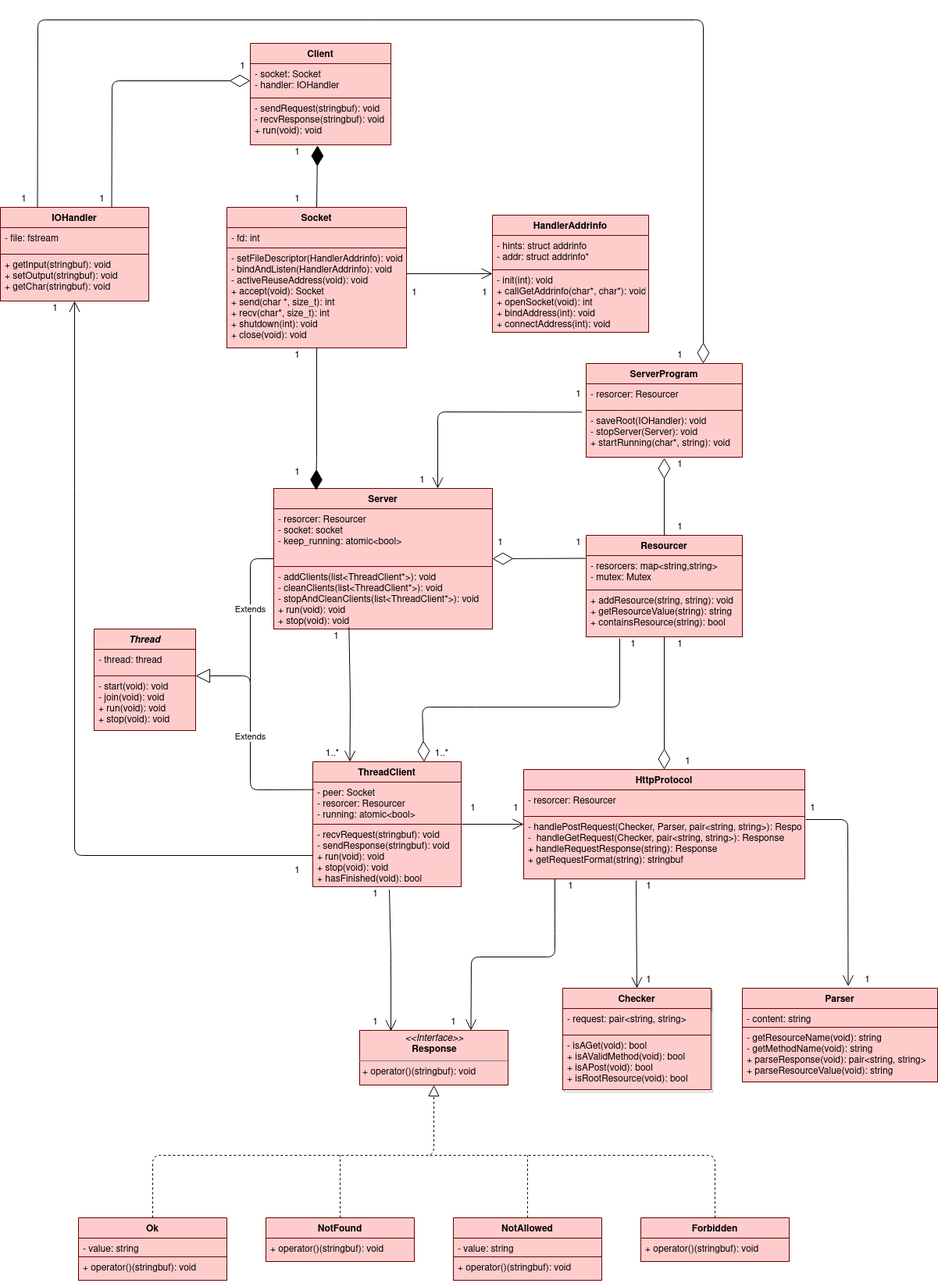
Before: img/TP3-Clases.png, a diagram exported from draw.io (EscobarMariaSol/TP3-Taller-de-Programacion). Source tidied: cells renumbered, new cells last; positions are measured from the earlier drawing's top-left corner, leaving out a move shared by most shapes.
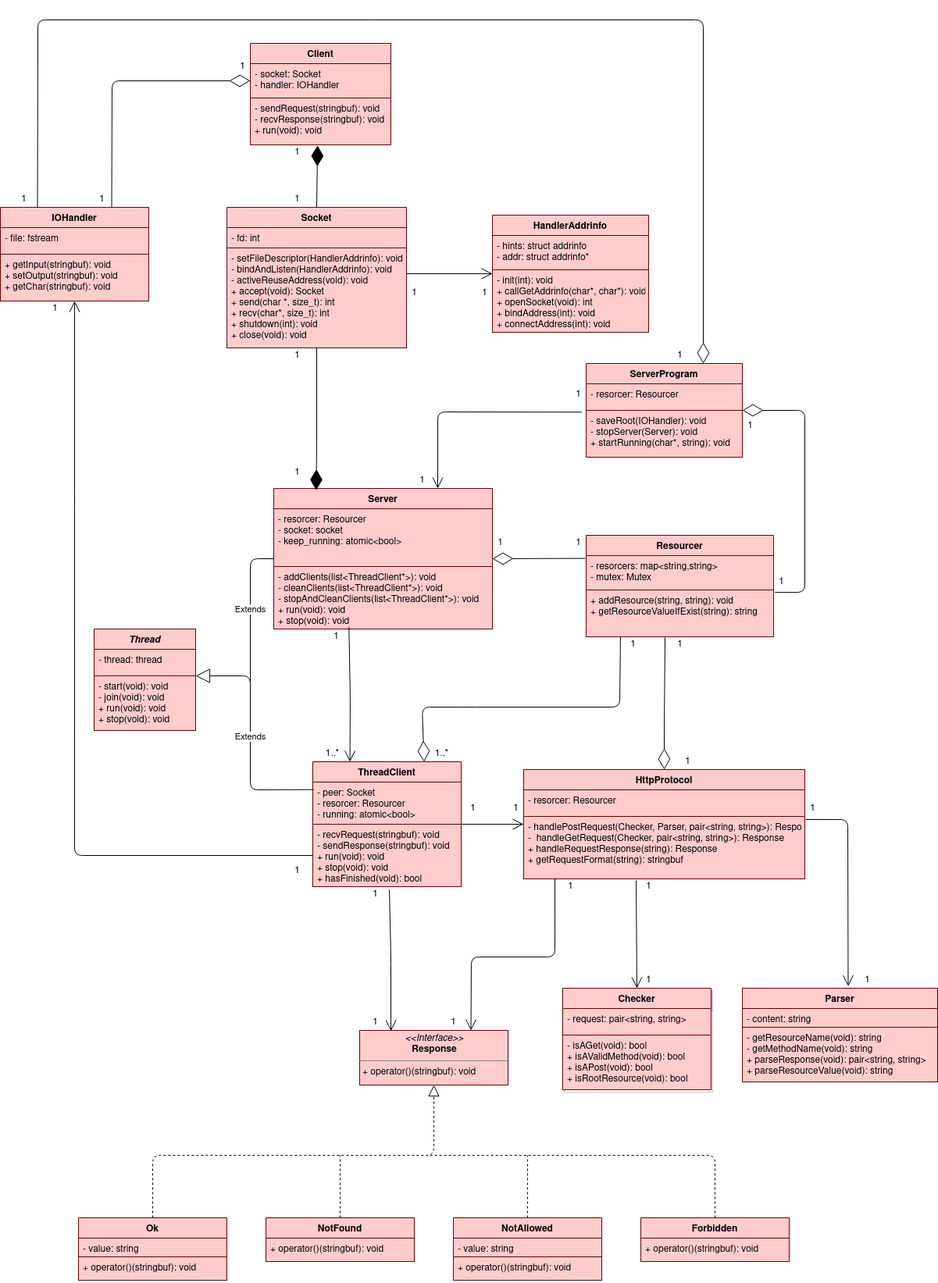
The same diagram one commit later.

Commit message:
Más modificaciones al informe

Diff of the diagram source:
```diff
@@ -130,15 +130,15 @@
       </mxGeometry>
     </mxCell>
     <mxCell id="38" value="Resourcer" style="swimlane;fontStyle=1;align=center;verticalAlign=top;horizontal=1;startSize=26;strokeColor=#660000;fillColor=#FFCCCC;" parent="1" vertex="1">
-      <mxGeometry x="750" y="660" width="200" height="70" as="geometry" />
+      <mxGeometry x="750" y="660" width="240" height="70" as="geometry" />
     </mxCell>
     <mxCell id="39" value="- resorcers: map&lt;string,string&gt;&#10;- mutex: Mutex&#10;&#10;" style="text;align=left;verticalAlign=top;spacingLeft=4;spacingRight=4;overflow=hidden;points=[[0,0.5],[1,0.5]];portConstraint=eastwest;strokeColor=#660000;fillColor=#FFCCCC;" parent="38" vertex="1">
-      <mxGeometry y="26" width="200" height="44" as="geometry" />
+      <mxGeometry y="26" width="240" height="44" as="geometry" />
     </mxCell>
     <mxCell id="40" style="endArrow=diamondThin;endFill=0;endSize=24;html=1;entryX=1;entryY=0.5;entryDx=0;entryDy=0;exitX=-0.004;exitY=0.08;exitDx=0;exitDy=0;exitPerimeter=0;" parent="1" edge="1" source="39" target="16">
       <mxGeometry relative="1" as="geometry" />
     </mxCell>
-    <mxCell id="41" style="endArrow=none;endFill=0;endSize=24;html=1;exitX=0.75;exitY=0;exitDx=0;exitDy=0;targetPerimeterSpacing=0;startSize=24;startArrow=diamondThin;startFill=0;entryX=0.215;entryY=1.033;entryDx=0;entryDy=0;entryPerimeter=0;" parent="1" edge="1" source="34" target="46">
+    <mxCell id="41" style="endArrow=none;endFill=0;endSize=24;html=1;exitX=0.75;exitY=0;exitDx=0;exitDy=0;targetPerimeterSpacing=0;startSize=24;startArrow=diamondThin;startFill=0;entryX=0.183;entryY=1;entryDx=0;entryDy=0;entryPerimeter=0;" parent="1" edge="1" source="34" target="46">
       <mxGeometry relative="1" as="geometry">
         <Array as="points">
           <mxPoint x="540" y="880" />
@@ -161,8 +161,8 @@
         <mxPoint x="591" y="1030" as="sourcePoint" />
       </mxGeometry>
     </mxCell>
-    <mxCell id="46" value="+ addResource(string, string): void&#10;+ getResourceValue(string): string&#10;+ containsResource(string): bool&#10;&#10;" style="text;align=left;verticalAlign=top;spacingLeft=4;spacingRight=4;overflow=hidden;points=[[0,0.5],[1,0.5]];portConstraint=eastwest;strokeColor=#660000;fillColor=#FFCCCC;" parent="1" vertex="1">
-      <mxGeometry x="750" y="730" width="200" height="60" as="geometry" />
+    <mxCell id="46" value="+ addResource(string, string): void&#10;+ getResourceValueIfExist(string): string&#10;" style="text;align=left;verticalAlign=top;spacingLeft=4;spacingRight=4;overflow=hidden;points=[[0,0.5],[1,0.5]];portConstraint=eastwest;strokeColor=#660000;fillColor=#FFCCCC;" parent="1" vertex="1">
+      <mxGeometry x="750" y="730" width="240" height="60" as="geometry" />
     </mxCell>
     <mxCell id="47" style="endArrow=open;endFill=1;endSize=12;html=1;exitX=1.317;exitY=-0.133;exitDx=0;exitDy=0;entryX=0.25;entryY=0;entryDx=0;entryDy=0;exitPerimeter=0;" parent="1" edge="1" source="48" target="34">
       <mxGeometry relative="1" as="geometry">
@@ -196,10 +196,10 @@
       <mxGeometry x="870" y="940" width="20" height="20" as="geometry" />
     </mxCell>
     <mxCell id="56" value="1" style="text;html=1;align=center;verticalAlign=middle;" parent="1" vertex="1">
-      <mxGeometry x="860" y="560" width="20" height="20" as="geometry" />
+      <mxGeometry x="950" y="510" width="20" height="20" as="geometry" />
     </mxCell>
     <mxCell id="57" value="1" style="text;html=1;align=center;verticalAlign=middle;" parent="1" vertex="1">
-      <mxGeometry x="860" y="640" width="20" height="20" as="geometry" />
+      <mxGeometry x="990" y="710" width="20" height="20" as="geometry" />
     </mxCell>
     <mxCell id="58" value="1" style="text;html=1;align=center;verticalAlign=middle;" parent="1" vertex="1">
       <mxGeometry x="630" y="660" width="20" height="20" as="geometry" />
@@ -260,7 +260,7 @@
     <mxCell id="71" value="&lt;p style=&quot;margin: 0px ; margin-top: 4px ; text-align: center&quot;&gt;&lt;i&gt;&amp;lt;&amp;lt;Interface&amp;gt;&amp;gt;&lt;/i&gt;&lt;br&gt;&lt;b&gt;Response&lt;/b&gt;&lt;/p&gt;&lt;hr size=&quot;1&quot;&gt;&lt;p style=&quot;margin: 0px ; margin-left: 4px&quot;&gt;+ operator()(stringbuf): void&lt;br&gt;&lt;br&gt;&lt;/p&gt;" style="verticalAlign=top;align=left;overflow=fill;fontSize=12;fontFamily=Helvetica;html=1;strokeColor=#660000;fillColor=#FFCCCC;" parent="1" vertex="1">
       <mxGeometry x="460" y="1294" width="190" height="70" as="geometry" />
     </mxCell>
-    <mxCell id="72" style="endArrow=diamondThin;endFill=0;endSize=24;html=1;entryX=0.5;entryY=0;entryDx=0;entryDy=0;" parent="1" edge="1" source="46" target="42">
+    <mxCell id="72" style="endArrow=diamondThin;endFill=0;endSize=24;html=1;entryX=0.5;entryY=0;entryDx=0;entryDy=0;exitX=0.421;exitY=1.017;exitDx=0;exitDy=0;exitPerimeter=0;" parent="1" edge="1" source="46" target="42">
       <mxGeometry relative="1" as="geometry">
         <Array as="points">
           <mxPoint x="850" y="900" />
@@ -365,9 +365,12 @@
     <mxCell id="99" value="1" style="text;html=1;align=center;verticalAlign=middle;" parent="1" vertex="1">
       <mxGeometry x="370" y="220" width="20" height="20" as="geometry" />
     </mxCell>
-    <mxCell id="100" style="endArrow=diamondThin;endFill=0;endSize=24;html=1;exitX=0.5;exitY=0;exitDx=0;exitDy=0;" parent="1" edge="1" source="38">
+    <mxCell id="100" style="endArrow=diamondThin;endFill=0;endSize=24;html=1;exitX=1.008;exitY=0.05;exitDx=0;exitDy=0;exitPerimeter=0;entryX=1;entryY=0.5;entryDx=0;entryDy=0;" parent="1" edge="1" source="46" target="22">
       <mxGeometry relative="1" as="geometry">
-        <mxPoint x="850" y="561" as="targetPoint" />
+        <Array as="points">
+          <mxPoint x="1030" y="733" />
+          <mxPoint x="1030" y="500" />
+        </Array>
       </mxGeometry>
     </mxCell>
     <mxCell id="101" style="endArrow=diamondThin;endFill=0;endSize=24;html=1;entryX=0.75;entryY=0;entryDx=0;entryDy=0;exitX=0.25;exitY=0;exitDx=0;exitDy=0;" parent="1" edge="1" source="95" target="22">
```
